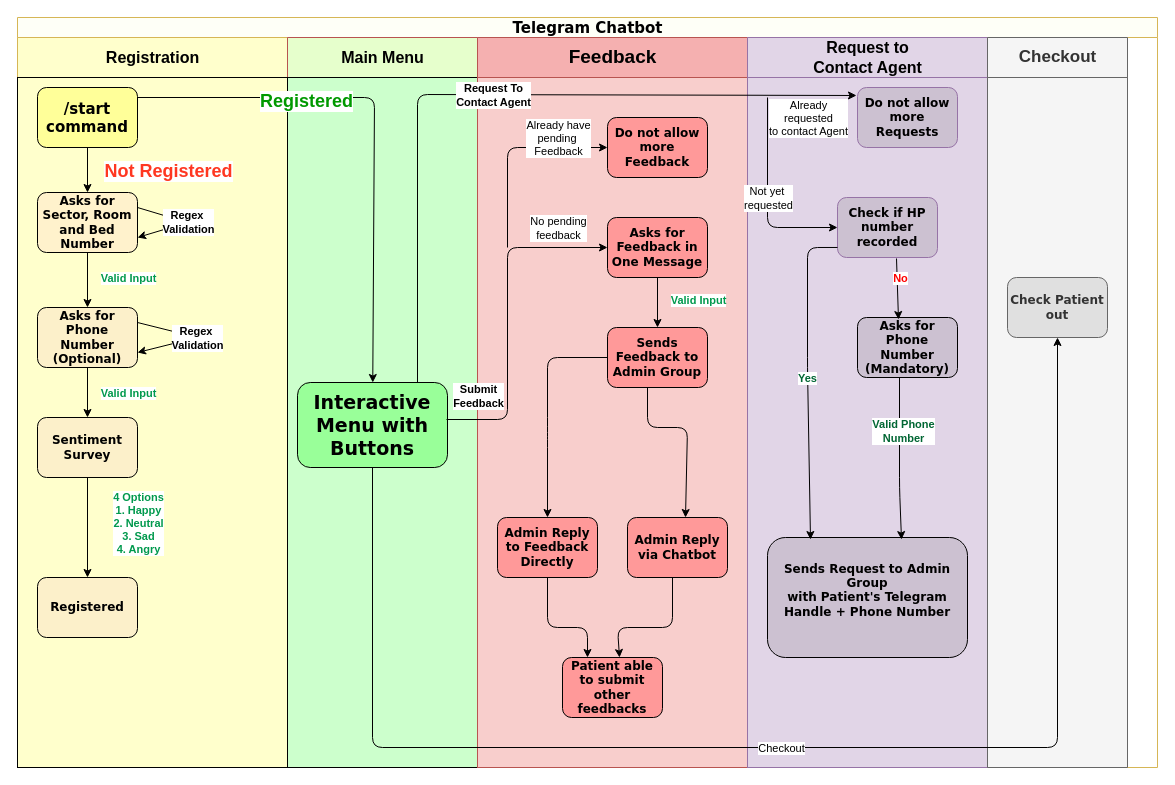
The draw.io diagram Untitled Diagram.drawio in Jackimaru96/AI-Sudoku, before the edit. Source tidied: cells renumbered, new cells numbered last; positions are measured from the earlier drawing's top-left corner, leaving out a move shared by most shapes. Both pictures are drawn from the tidied source at 100%, with x=0, y=0 at pixel (17, 17).
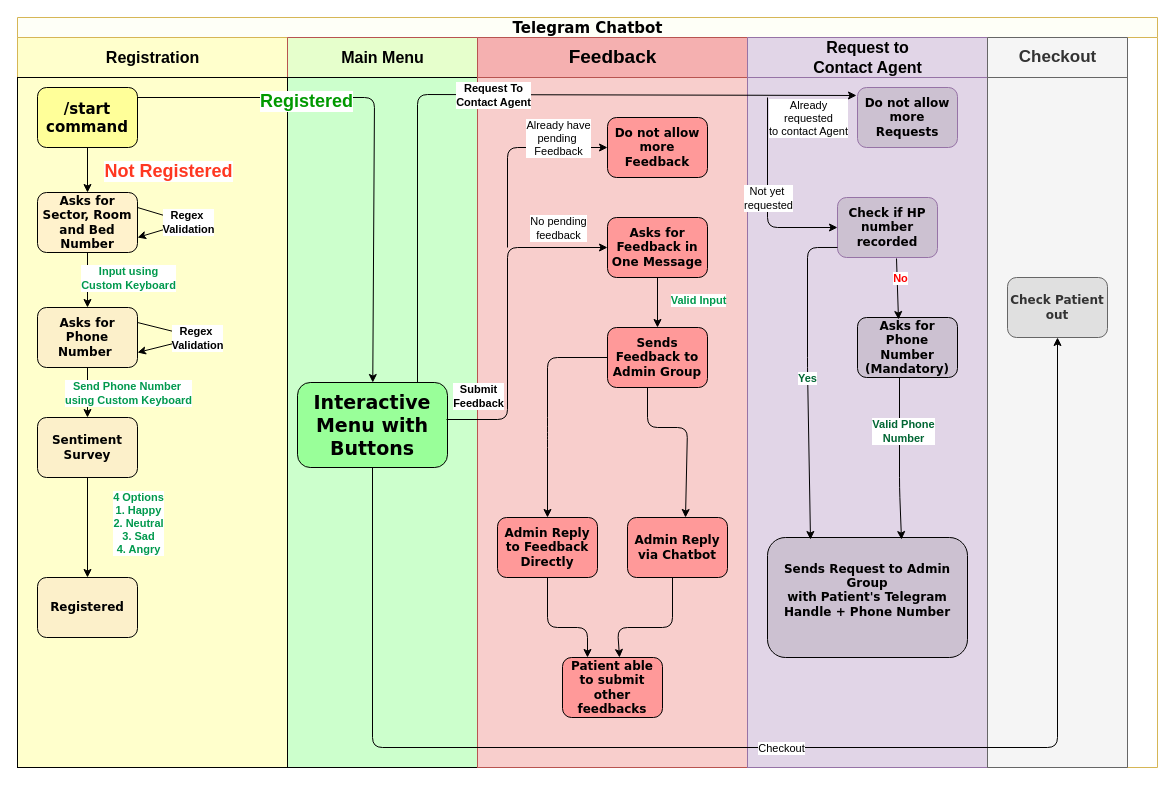
The same diagram, later.

Unchanged cells that the change refers to:
```xml
<mxCell id="4" value="&lt;font style=&quot;font-size: 16px&quot;&gt;Registration&lt;/font&gt;" style="swimlane;html=1;startSize=40;strokeColor=#d6b656;fillColor=#FFFFCC;" parent="3" vertex="1">
  <mxGeometry y="20" width="270" height="730" as="geometry" />
</mxCell>
<mxCell id="16" style="endArrow=classic;html=1;exitX=0.5;exitY=1;exitDx=0;exitDy=0;entryX=0.5;entryY=0;entryDx=0;entryDy=0;" parent="4" edge="1" source="12" target="6">
  <mxGeometry relative="1" as="geometry" />
</mxCell>
<mxCell id="18" style="endArrow=classic;html=1;exitX=0.5;exitY=1;exitDx=0;exitDy=0;entryX=0.5;entryY=0;entryDx=0;entryDy=0;" parent="4" edge="1" source="6" target="7">
  <mxGeometry relative="1" as="geometry" />
</mxCell>
```

Diff of the diagram source:
```diff
@@
-    <mxCell id="6" value="&lt;b style=&quot;font-size: 12px&quot;&gt;Asks for Phone Number (Optional)&lt;/b&gt;" style="rounded=1;whiteSpace=wrap;html=1;shadow=0;labelBackgroundColor=none;strokeWidth=1;fontFamily=Verdana;fontSize=8;align=center;fillColor=#FCF0CA;" parent="4" vertex="1">
+    <mxCell id="6" value="&lt;b style=&quot;font-size: 12px&quot;&gt;Asks for Phone Number&amp;nbsp;&lt;/b&gt;" style="rounded=1;whiteSpace=wrap;html=1;shadow=0;labelBackgroundColor=none;strokeWidth=1;fontFamily=Verdana;fontSize=8;align=center;fillColor=#FCF0CA;" parent="4" vertex="1">
       <mxGeometry x="20" y="270" width="100" height="60" as="geometry" />
     </mxCell>
@@
-    <mxCell id="17" value="&lt;b&gt;&lt;font color=&quot;#00994d&quot;&gt;Valid Input&lt;/font&gt;&lt;/b&gt;" style="edgeLabel;html=1;align=center;verticalAlign=middle;" parent="16" vertex="1">
+    <mxCell id="17" value="&lt;b&gt;&lt;font color=&quot;#00994d&quot;&gt;Input using&lt;br&gt;Custom Keyboard&lt;br&gt;&lt;/font&gt;&lt;/b&gt;" style="edgeLabel;html=1;align=center;verticalAlign=middle;" parent="16" vertex="1">
       <mxGeometry relative="1" as="geometry">
         <mxPoint x="40" y="-3" as="offset" />
       </mxGeometry>
     </mxCell>
@@
-    <mxCell id="19" value="&lt;b&gt;&lt;font color=&quot;#00994d&quot;&gt;Valid Input&lt;/font&gt;&lt;/b&gt;" style="edgeLabel;html=1;align=center;verticalAlign=middle;" parent="18" vertex="1">
+    <mxCell id="19" value="&lt;b&gt;&lt;font color=&quot;#00994d&quot;&gt;Send Phone Number&amp;nbsp;&lt;br&gt;using Custom Keyboard&lt;br&gt;&lt;/font&gt;&lt;/b&gt;" style="edgeLabel;html=1;align=center;verticalAlign=middle;" parent="18" vertex="1">
       <mxGeometry relative="1" as="geometry">
         <mxPoint x="40" as="offset" />
       </mxGeometry>
     </mxCell>
```
